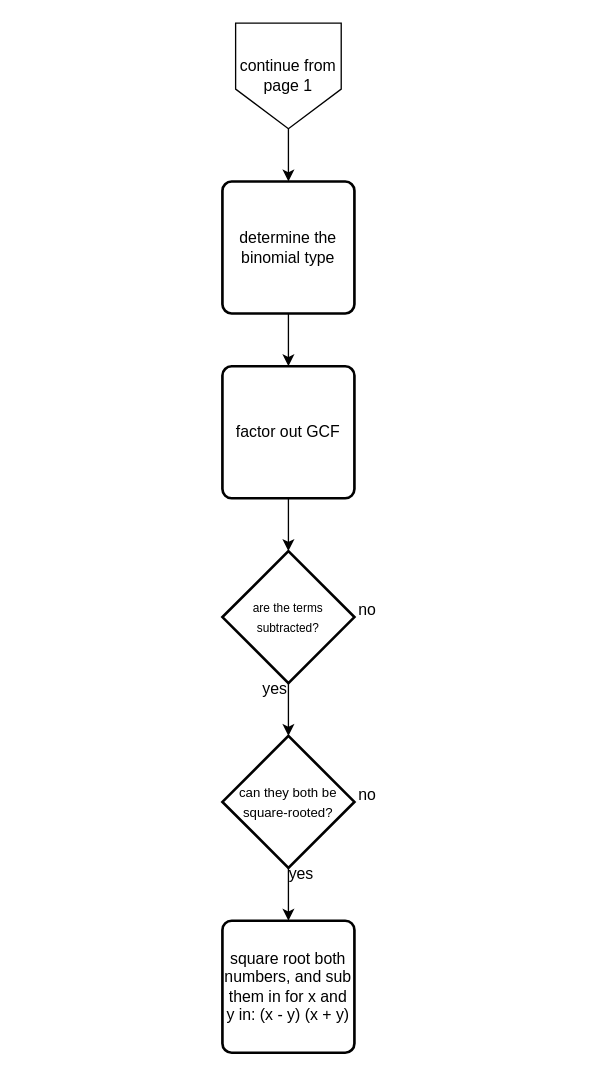
Before: page "Page-2" (2 of 4) of important stuff/factoring parser logic.drawio in destroyer183/calculator-stuff, a draw.io diagram. Source tidied: cells renumbered, new cells numbered last; positions are measured from the earlier drawing's top-left corner, leaving out a move shared by most shapes. Both pictures are drawn from the tidied source at 132%, with x=0, y=0 at pixel (222, 22).
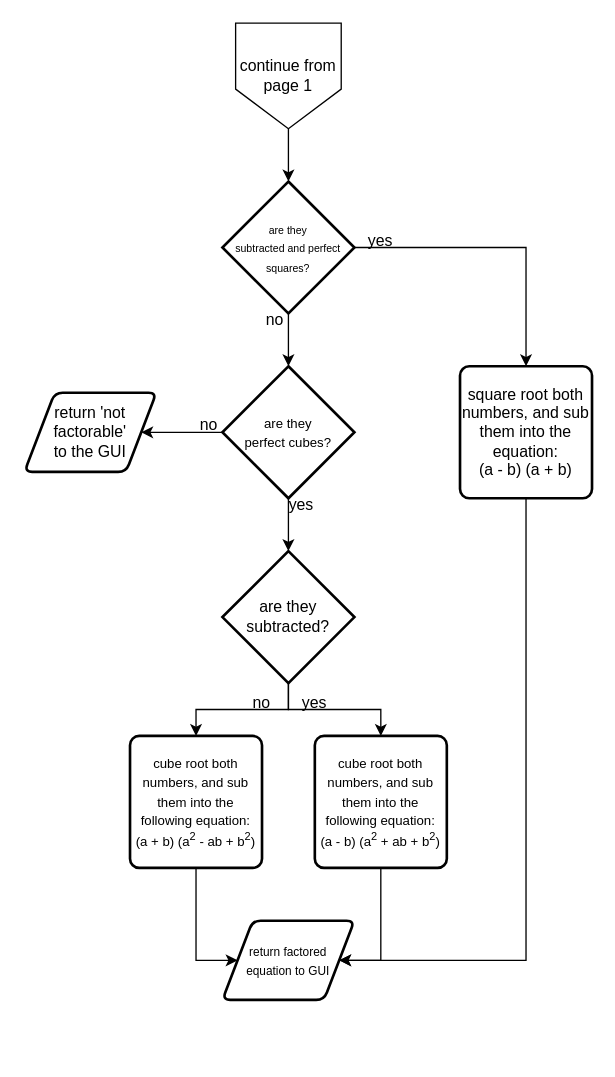
Above is the later version.

The change refers to these unchanged cells:
```xml
<mxCell id="3" value="continue from page 1" style="shape=offPageConnector;whiteSpace=wrap;html=1;" parent="1" vertex="1">
  <mxGeometry x="10" width="80" height="80" as="geometry" />
</mxCell>
```

What changed in the source:
```diff
@@
-    <mxCell id="2" style="edgeStyle=orthogonalEdgeStyle;rounded=0;jettySize=auto;html=1;entryX=0.5;entryY=0;entryDx=0;entryDy=0;" parent="1" edge="1" source="3" target="5">
-      <mxGeometry relative="1" as="geometry" />
-    </mxCell>
+    <mxCell id="17" style="edgeStyle=orthogonalEdgeStyle;rounded=0;jettySize=auto;html=1;entryX=0.5;entryY=0;entryDx=0;entryDy=0;entryPerimeter=0;" parent="1" edge="1" source="3" target="38">
+      <mxGeometry relative="1" as="geometry" />
+    </mxCell>
@@
-    <mxCell id="4" style="edgeStyle=orthogonalEdgeStyle;rounded=0;jettySize=auto;html=1;entryX=0.5;entryY=0;entryDx=0;entryDy=0;" parent="1" edge="1" source="5" target="12">
-      <mxGeometry relative="1" as="geometry" />
-    </mxCell>
-    <mxCell id="5" value="determine the binomial type" style="rounded=1;whiteSpace=wrap;html=1;absoluteArcSize=1;arcSize=14;strokeWidth=2;" parent="1" vertex="1">
-      <mxGeometry y="120" width="100" height="100" as="geometry" />
-    </mxCell>
-    <mxCell id="6" style="edgeStyle=orthogonalEdgeStyle;rounded=0;jettySize=auto;html=1;entryX=0.5;entryY=0;entryDx=0;entryDy=0;entryPerimeter=0;" parent="1" edge="1" source="7" target="9">
-      <mxGeometry relative="1" as="geometry" />
-    </mxCell>
-    <mxCell id="7" value="&lt;font style=&quot;font-size: 9px;&quot;&gt;are the terms subtracted?&lt;/font&gt;" style="strokeWidth=2;html=1;shape=mxgraph.flowchart.decision;whiteSpace=wrap;" parent="1" vertex="1">
-      <mxGeometry y="400" width="100" height="100" as="geometry" />
-    </mxCell>
-    <mxCell id="8" style="edgeStyle=orthogonalEdgeStyle;rounded=0;jettySize=auto;html=1;entryX=0.5;entryY=0;entryDx=0;entryDy=0;" parent="1" edge="1" source="9" target="15">
-      <mxGeometry relative="1" as="geometry" />
-    </mxCell>
-    <mxCell id="9" value="&lt;font style=&quot;font-size: 10px;&quot;&gt;can they both be square-rooted?&lt;/font&gt;" style="strokeWidth=2;html=1;shape=mxgraph.flowchart.decision;whiteSpace=wrap;" parent="1" vertex="1">
-      <mxGeometry y="540" width="100" height="100" as="geometry" />
-    </mxCell>
-    <mxCell id="10" value="yes" style="text;html=1;strokeColor=none;fillColor=none;align=center;verticalAlign=middle;whiteSpace=wrap;rounded=0;" parent="1" vertex="1">
-      <mxGeometry x="10" y="490" width="60" height="30" as="geometry" />
-    </mxCell>
-    <mxCell id="11" style="edgeStyle=orthogonalEdgeStyle;rounded=0;jettySize=auto;html=1;entryX=0.5;entryY=0;entryDx=0;entryDy=0;entryPerimeter=0;" parent="1" edge="1" source="12" target="7">
-      <mxGeometry relative="1" as="geometry" />
-    </mxCell>
-    <mxCell id="12" value="factor out GCF" style="rounded=1;whiteSpace=wrap;html=1;absoluteArcSize=1;arcSize=14;strokeWidth=2;" parent="1" vertex="1">
-      <mxGeometry y="260" width="100" height="100" as="geometry" />
-    </mxCell>
-    <mxCell id="13" value="no" style="text;html=1;strokeColor=none;fillColor=none;align=center;verticalAlign=middle;whiteSpace=wrap;rounded=0;" parent="1" vertex="1">
-      <mxGeometry x="80" y="430" width="60" height="30" as="geometry" />
-    </mxCell>
-    <mxCell id="14" value="no" style="text;html=1;strokeColor=none;fillColor=none;align=center;verticalAlign=middle;whiteSpace=wrap;rounded=0;" parent="1" vertex="1">
-      <mxGeometry x="80" y="570" width="60" height="30" as="geometry" />
-    </mxCell>
+    <mxCell id="18" style="edgeStyle=orthogonalEdgeStyle;rounded=0;jettySize=auto;html=1;entryX=1;entryY=0.5;entryDx=0;entryDy=0;exitX=0.5;exitY=1;exitDx=0;exitDy=0;" parent="1" edge="1" source="15" target="19">
+      <mxGeometry relative="1" as="geometry">
+        <Array as="points">
+          <mxPoint x="230" y="710" />
+        </Array>
+      </mxGeometry>
+    </mxCell>
-    <mxCell id="15" value="square root both numbers, and sub them in for x and y in: (x - y) (x + y)" style="rounded=1;whiteSpace=wrap;html=1;absoluteArcSize=1;arcSize=14;strokeWidth=2;" parent="1" vertex="1">
-      <mxGeometry y="680" width="100" height="100" as="geometry" />
+    <mxCell id="15" value="square root both numbers, and sub them into the equation: &lt;br&gt;(a - b) (a + b)" style="rounded=1;whiteSpace=wrap;html=1;absoluteArcSize=1;arcSize=14;strokeWidth=2;" parent="1" vertex="1">
+      <mxGeometry x="180" y="260" width="100" height="100" as="geometry" />
     </mxCell>
     <mxCell id="16" value="yes" style="text;html=1;strokeColor=none;fillColor=none;align=center;verticalAlign=middle;whiteSpace=wrap;rounded=0;" parent="1" vertex="1">
-      <mxGeometry x="30" y="630" width="60" height="30" as="geometry" />
+      <mxGeometry x="90" y="150" width="60" height="30" as="geometry" />
     </mxCell>
+    <mxCell id="19" value="&lt;font style=&quot;font-size: 9px;&quot;&gt;return factored &lt;br&gt;equation to GUI&lt;/font&gt;" style="shape=parallelogram;html=1;strokeWidth=2;perimeter=parallelogramPerimeter;whiteSpace=wrap;rounded=1;arcSize=12;size=0.23;" parent="1" vertex="1">
+      <mxGeometry y="680" width="100" height="60" as="geometry" />
+    </mxCell>
+    <mxCell id="20" style="edgeStyle=orthogonalEdgeStyle;rounded=0;jettySize=auto;html=1;" parent="1" edge="1" source="22" target="24">
+      <mxGeometry relative="1" as="geometry" />
+    </mxCell>
+    <mxCell id="21" style="edgeStyle=orthogonalEdgeStyle;rounded=0;jettySize=auto;html=1;entryX=0.5;entryY=0;entryDx=0;entryDy=0;entryPerimeter=0;" parent="1" edge="1" source="22" target="28">
+      <mxGeometry relative="1" as="geometry" />
+    </mxCell>
+    <mxCell id="22" value="&lt;font style=&quot;font-size: 10px;&quot;&gt;are they &lt;br&gt;perfect cubes?&lt;/font&gt;" style="strokeWidth=2;html=1;shape=mxgraph.flowchart.decision;whiteSpace=wrap;" parent="1" vertex="1">
+      <mxGeometry y="260" width="100" height="100" as="geometry" />
+    </mxCell>
+    <mxCell id="23" value="no" style="text;html=1;strokeColor=none;fillColor=none;align=center;verticalAlign=middle;whiteSpace=wrap;rounded=0;" parent="1" vertex="1">
+      <mxGeometry x="10" y="210" width="60" height="30" as="geometry" />
+    </mxCell>
+    <mxCell id="24" value="return 'not factorable'&lt;br&gt;to the GUI" style="shape=parallelogram;html=1;strokeWidth=2;perimeter=parallelogramPerimeter;whiteSpace=wrap;rounded=1;arcSize=12;size=0.23;" parent="1" vertex="1">
+      <mxGeometry x="-150" y="280" width="100" height="60" as="geometry" />
+    </mxCell>
+    <mxCell id="25" value="no" style="text;html=1;strokeColor=none;fillColor=none;align=center;verticalAlign=middle;whiteSpace=wrap;rounded=0;" parent="1" vertex="1">
+      <mxGeometry x="-40" y="290" width="60" height="30" as="geometry" />
+    </mxCell>
+    <mxCell id="26" style="edgeStyle=orthogonalEdgeStyle;rounded=0;jettySize=auto;html=1;entryX=0.5;entryY=0;entryDx=0;entryDy=0;" parent="1" edge="1" source="28" target="31">
+      <mxGeometry relative="1" as="geometry" />
+    </mxCell>
+    <mxCell id="27" style="edgeStyle=orthogonalEdgeStyle;rounded=0;jettySize=auto;html=1;entryX=0.5;entryY=0;entryDx=0;entryDy=0;" parent="1" edge="1" source="28" target="33">
+      <mxGeometry relative="1" as="geometry" />
+    </mxCell>
+    <mxCell id="28" value="are they&lt;br&gt;subtracted?" style="strokeWidth=2;html=1;shape=mxgraph.flowchart.decision;whiteSpace=wrap;" parent="1" vertex="1">
+      <mxGeometry y="400" width="100" height="100" as="geometry" />
+    </mxCell>
+    <mxCell id="29" value="yes" style="text;html=1;strokeColor=none;fillColor=none;align=center;verticalAlign=middle;whiteSpace=wrap;rounded=0;" parent="1" vertex="1">
+      <mxGeometry x="30" y="350" width="60" height="30" as="geometry" />
+    </mxCell>
+    <mxCell id="30" style="edgeStyle=orthogonalEdgeStyle;rounded=0;jettySize=auto;html=1;entryX=0;entryY=0.5;entryDx=0;entryDy=0;" parent="1" edge="1" source="31">
+      <mxGeometry relative="1" as="geometry">
+        <mxPoint x="11.5" y="710" as="targetPoint" />
+        <Array as="points">
+          <mxPoint x="-20" y="710" />
+        </Array>
+      </mxGeometry>
+    </mxCell>
+    <mxCell id="31" value="&lt;font style=&quot;font-size: 10px;&quot;&gt;cube root both numbers, and sub them into the following equation:&lt;br&gt;(a + b) (a&lt;sup&gt;2&lt;/sup&gt;&amp;nbsp;- ab + b&lt;sup&gt;2&lt;/sup&gt;)&lt;/font&gt;" style="rounded=1;whiteSpace=wrap;html=1;absoluteArcSize=1;arcSize=14;strokeWidth=2;" parent="1" vertex="1">
+      <mxGeometry x="-70" y="540" width="100" height="100" as="geometry" />
+    </mxCell>
+    <mxCell id="32" style="edgeStyle=orthogonalEdgeStyle;rounded=0;jettySize=auto;html=1;entryX=1;entryY=0.5;entryDx=0;entryDy=0;" parent="1" edge="1" source="33">
+      <mxGeometry relative="1" as="geometry">
+        <mxPoint x="88.5" y="710" as="targetPoint" />
+        <Array as="points">
+          <mxPoint x="120" y="710" />
+        </Array>
+      </mxGeometry>
+    </mxCell>
+    <mxCell id="33" value="&lt;font style=&quot;font-size: 10px;&quot;&gt;cube root both numbers, and sub them into the following equation:&lt;br style=&quot;border-color: var(--border-color);&quot;&gt;(a - b) (a&lt;sup style=&quot;border-color: var(--border-color);&quot;&gt;2&lt;/sup&gt;&amp;nbsp;+ ab + b&lt;sup style=&quot;border-color: var(--border-color);&quot;&gt;2&lt;/sup&gt;)&lt;/font&gt;" style="rounded=1;whiteSpace=wrap;html=1;absoluteArcSize=1;arcSize=14;strokeWidth=2;" parent="1" vertex="1">
+      <mxGeometry x="70" y="540" width="100" height="100" as="geometry" />
+    </mxCell>
+    <mxCell id="34" value="no" style="text;html=1;strokeColor=none;fillColor=none;align=center;verticalAlign=middle;whiteSpace=wrap;rounded=0;" parent="1" vertex="1">
+      <mxGeometry y="500" width="60" height="30" as="geometry" />
+    </mxCell>
+    <mxCell id="35" value="yes" style="text;html=1;strokeColor=none;fillColor=none;align=center;verticalAlign=middle;whiteSpace=wrap;rounded=0;" parent="1" vertex="1">
+      <mxGeometry x="40" y="500" width="60" height="30" as="geometry" />
+    </mxCell>
+    <mxCell id="36" style="edgeStyle=orthogonalEdgeStyle;rounded=0;jettySize=auto;html=1;entryX=0.5;entryY=0;entryDx=0;entryDy=0;entryPerimeter=0;" parent="1" edge="1" source="38" target="22">
+      <mxGeometry relative="1" as="geometry" />
+    </mxCell>
+    <mxCell id="37" style="edgeStyle=orthogonalEdgeStyle;rounded=0;jettySize=auto;html=1;entryX=0.5;entryY=0;entryDx=0;entryDy=0;" parent="1" edge="1" source="38" target="15">
+      <mxGeometry relative="1" as="geometry">
+        <Array as="points">
+          <mxPoint x="230" y="170" />
+        </Array>
+      </mxGeometry>
+    </mxCell>
+    <mxCell id="38" value="&lt;font style=&quot;font-size: 8px;&quot;&gt;are they&lt;br style=&quot;border-color: var(--border-color);&quot;&gt;subtracted and perfect squares?&lt;/font&gt;" style="strokeWidth=2;html=1;shape=mxgraph.flowchart.decision;whiteSpace=wrap;" parent="1" vertex="1">
+      <mxGeometry y="120" width="100" height="100" as="geometry" />
+    </mxCell>
```
